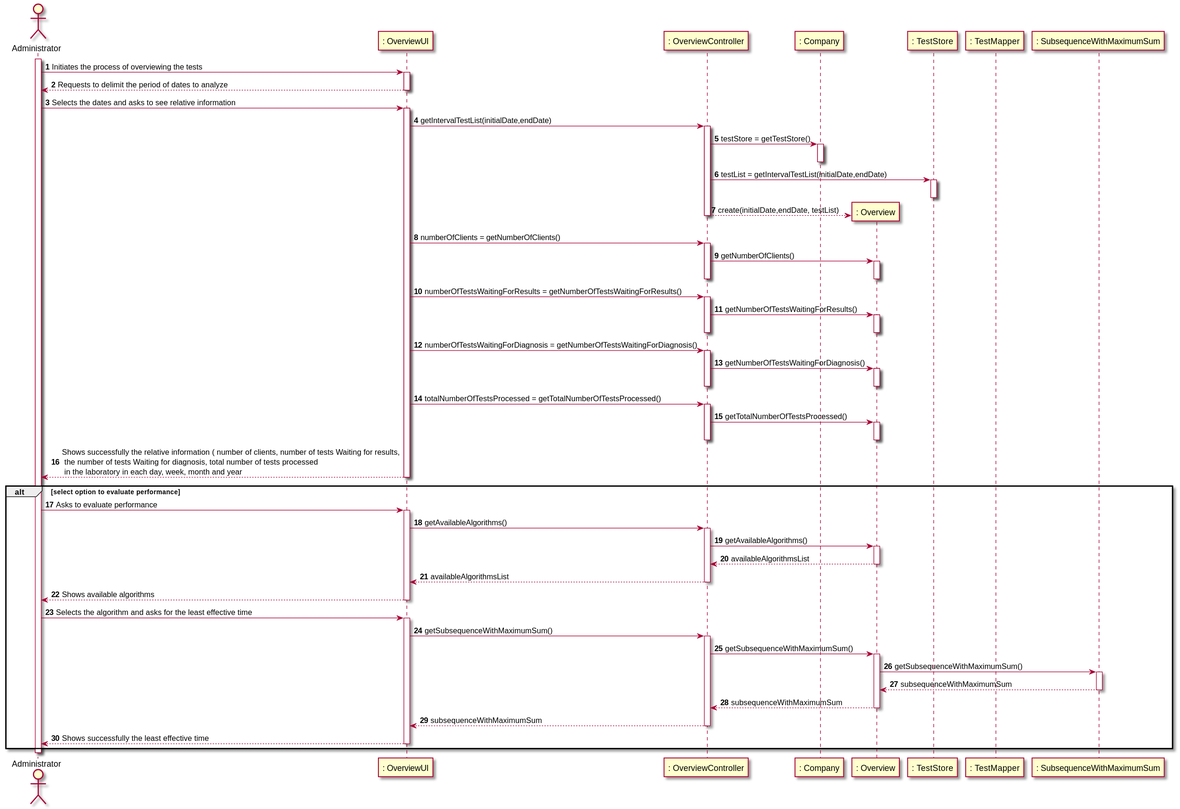
Before: docs/SprintD/US16/US16_SD.svg, a diagram exported from PlantUML (manu-07-ela/LAPR2_ISEP).
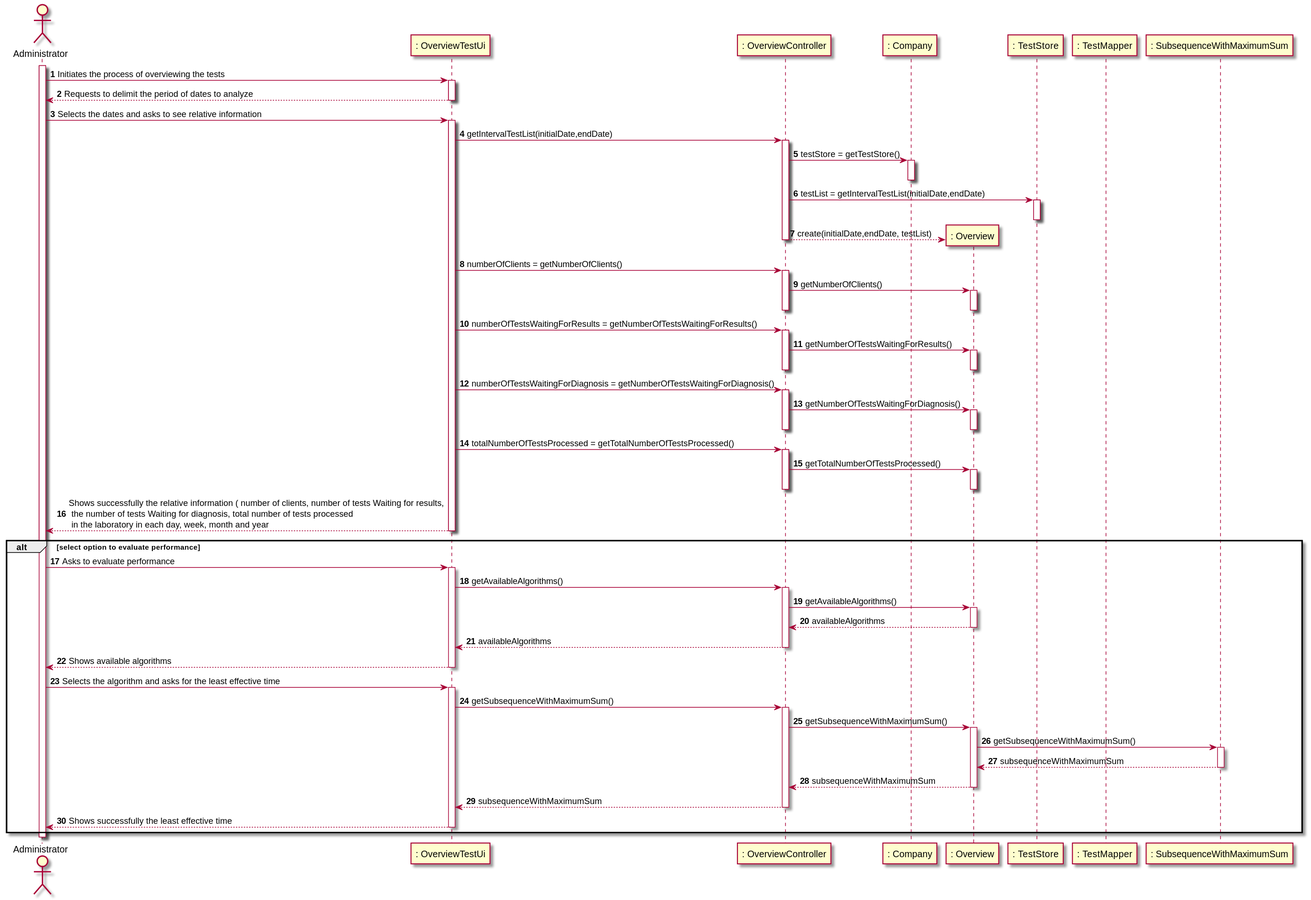
After the change.

Commit message:
US16 - Get subsequence with maximum sum

Change to the diagram source:
```diff
@@ -2,7 +2,7 @@
 autonumber
 actor "Administrator" as ADMIN
 
-participant ": OverviewUI" as UI
+participant ": OverviewTestUi" as UI
 participant ": OverviewController" as CTRL
 participant ": Company" as COMP
 participant ": Overview" as OVERVIEW
@@ -68,9 +68,9 @@
 activate CTRL
 CTRL -> OVERVIEW : getAvailableAlgorithms()
 activate OVERVIEW
-OVERVIEW --> CTRL : availableAlgorithmsList
+OVERVIEW --> CTRL : availableAlgorithms
 deactivate OVERVIEW
-CTRL --> UI : availableAlgorithmsList
+CTRL --> UI : availableAlgorithms
 deactivate CTRL
 UI --> ADMIN : Shows available algorithms
 deactivate UI
```
